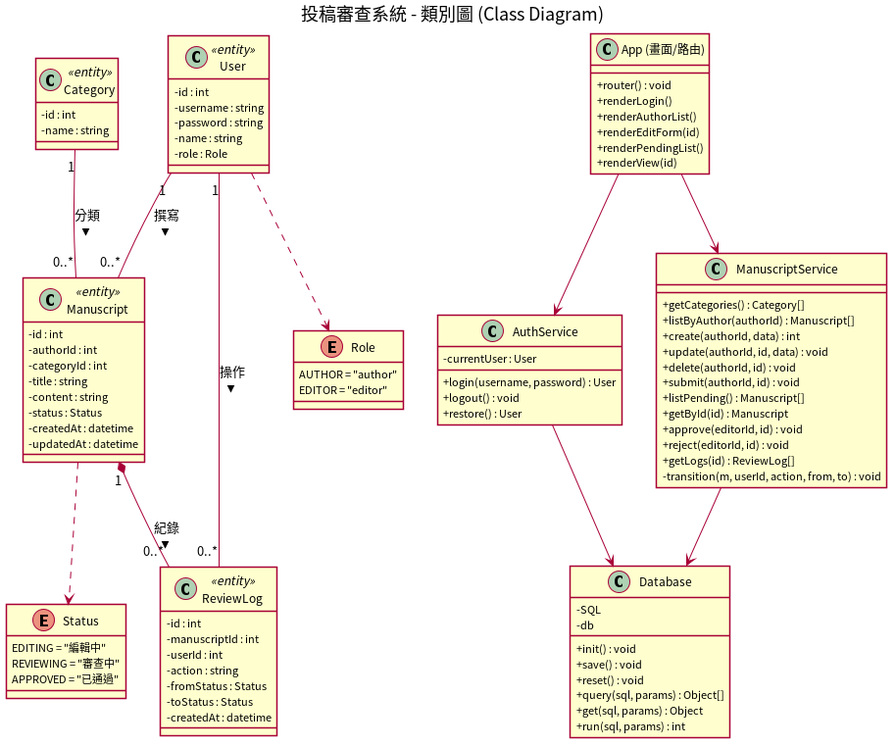
Above: docs/uml/02_class_diagram.png in 617-lyx/1151se_mid (PlantUML), before the change. Its source is kept beside it as docs/uml/02_class_diagram.puml.
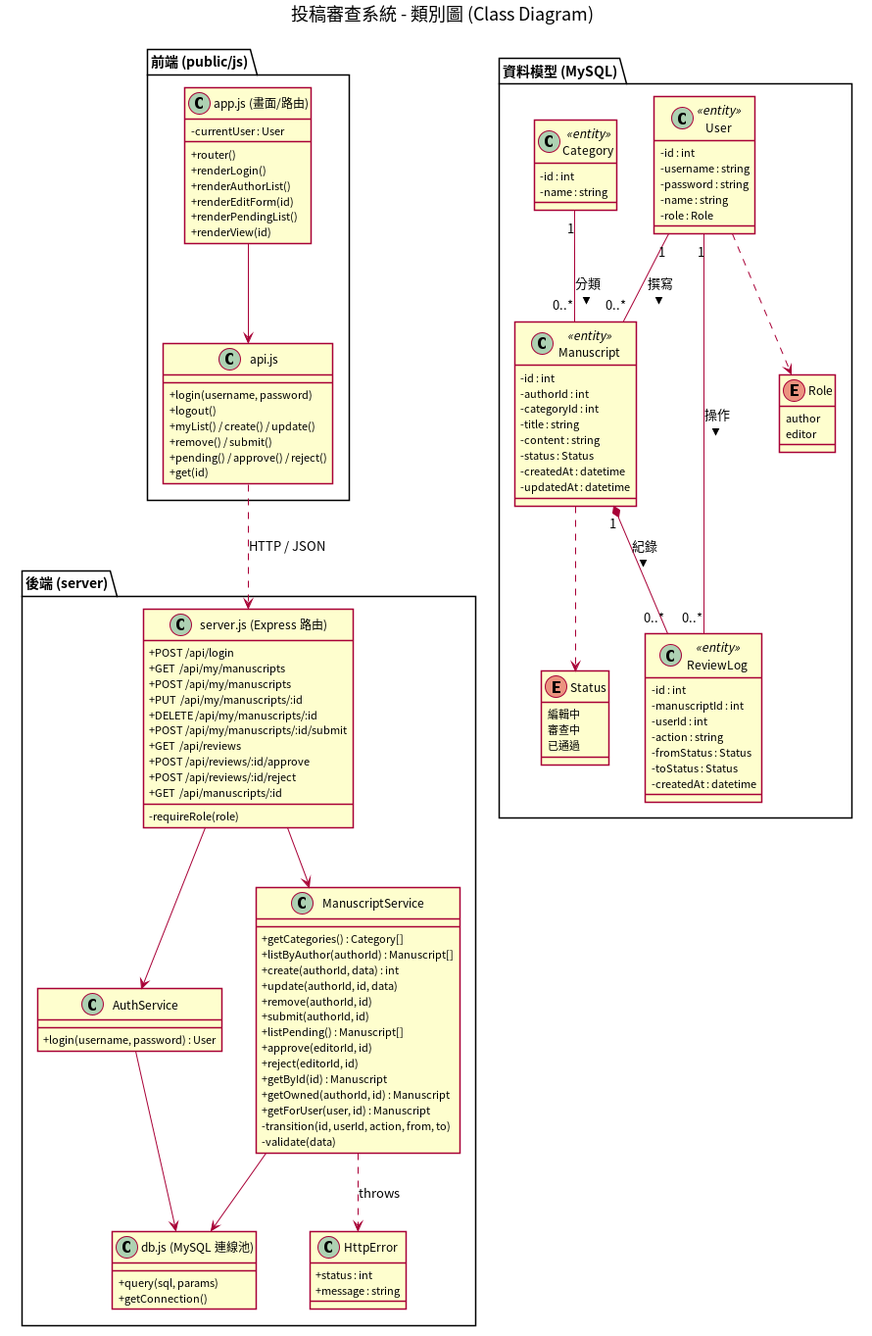
The same file after the commit.

The edit, as a diff of the source:
```diff
@@ -5,90 +5,118 @@
 title 投稿審查系統 - 類別圖 (Class Diagram)
 skinparam classAttributeIconSize 0
 
-enum Role {
-  AUTHOR = "author"
-  EDITOR = "editor"
-}
-enum Status {
-  EDITING = "編輯中"
-  REVIEWING = "審查中"
-  APPROVED = "已通過"
+package "前端 (public/js)" {
+  class "app.js (畫面/路由)" as App {
+    - currentUser : User
+    + router()
+    + renderLogin()
+    + renderAuthorList()
+    + renderEditForm(id)
+    + renderPendingList()
+    + renderView(id)
+  }
+  class "api.js" as Api {
+    + login(username, password)
+    + logout()
+    + myList() / create() / update()
+    + remove() / submit()
+    + pending() / approve() / reject()
+    + get(id)
+  }
 }
 
-class User <<entity>> {
-  - id : int
-  - username : string
-  - password : string
-  - name : string
-  - role : Role
-}
-class Category <<entity>> {
-  - id : int
-  - name : string
-}
-class Manuscript <<entity>> {
-  - id : int
-  - authorId : int
-  - categoryId : int
-  - title : string
-  - content : string
-  - status : Status
-  - createdAt : datetime
-  - updatedAt : datetime
-}
-class ReviewLog <<entity>> {
-  - id : int
-  - manuscriptId : int
-  - userId : int
-  - action : string
-  - fromStatus : Status
-  - toStatus : Status
-  - createdAt : datetime
+package "後端 (server)" {
+  class "server.js (Express 路由)" as Server {
+    + POST /api/login
+    + GET  /api/my/manuscripts
+    + POST /api/my/manuscripts
+    + PUT  /api/my/manuscripts/:id
+    + DELETE /api/my/manuscripts/:id
+    + POST /api/my/manuscripts/:id/submit
+    + GET  /api/reviews
+    + POST /api/reviews/:id/approve
+    + POST /api/reviews/:id/reject
+    + GET  /api/manuscripts/:id
+    - requireRole(role)
+  }
+  class AuthService {
+    + login(username, password) : User
+  }
+  class ManuscriptService {
+    + getCategories() : Category[]
+    + listByAuthor(authorId) : Manuscript[]
+    + create(authorId, data) : int
+    + update(authorId, id, data)
+    + remove(authorId, id)
+    + submit(authorId, id)
+    + listPending() : Manuscript[]
+    + approve(editorId, id)
+    + reject(editorId, id)
+    + getById(id) : Manuscript
+    + getOwned(authorId, id) : Manuscript
+    + getForUser(user, id) : Manuscript
+    - transition(id, userId, action, from, to)
+    - validate(data)
+  }
+  class HttpError {
+    + status : int
+    + message : string
+  }
+  class "db.js (MySQL 連線池)" as Pool {
+    + query(sql, params)
+    + getConnection()
+  }
 }
 
-class Database {
-  - SQL
-  - db
-  + init() : void
-  + save() : void
-  + reset() : void
-  + query(sql, params) : Object[]
-  + get(sql, params) : Object
-  + run(sql, params) : int
-}
-class AuthService {
-  - currentUser : User
-  + login(username, password) : User
-  + logout() : void
-  + restore() : User
-}
-class ManuscriptService {
-  + getCategories() : Category[]
-  + listByAuthor(authorId) : Manuscript[]
-  + create(authorId, data) : int
-  + update(authorId, id, data) : void
-  + delete(authorId, id) : void
-  + submit(authorId, id) : void
-  + listPending() : Manuscript[]
-  + getById(id) : Manuscript
-  + approve(editorId, id) : void
-  + reject(editorId, id) : void
-  + getLogs(id) : ReviewLog[]
-  - transition(m, userId, action, from, to) : void
-}
-class "App (畫面/路由)" as App {
-  + router() : void
-  + renderLogin()
-  + renderAuthorList()
-  + renderEditForm(id)
-  + renderPendingList()
-  + renderView(id)
+package "資料模型 (MySQL)" {
+  enum Role {
+    author
+    editor
+  }
+  enum Status {
+    編輯中
+    審查中
+    已通過
+  }
+  class User <<entity>> {
+    - id : int
+    - username : string
+    - password : string
+    - name : string
+    - role : Role
+  }
+  class Category <<entity>> {
+    - id : int
+    - name : string
+  }
+  class Manuscript <<entity>> {
+    - id : int
+    - authorId : int
+    - categoryId : int
+    - title : string
+    - content : string
+    - status : Status
+    - createdAt : datetime
+    - updatedAt : datetime
+  }
+  class ReviewLog <<entity>> {
+    - id : int
+    - manuscriptId : int
+    - userId : int
+    - action : string
+    - fromStatus : Status
+    - toStatus : Status
+    - createdAt : datetime
+  }
 }
 
-App --> AuthService
-App --> ManuscriptService
-AuthService --> Database
-ManuscriptService --> Database
+App --> Api
+Api ..> Server : HTTP / JSON
+Server --> AuthService
+Server --> ManuscriptService
+AuthService --> Pool
+ManuscriptService --> Pool
+ManuscriptService ..> HttpError : throws
 User "1" -- "0..*" Manuscript : 撰寫 >
 Category "1" -- "0..*" Manuscript : 分類 >
 Manuscript "1" *-- "0..*" ReviewLog : 紀錄 >
```
